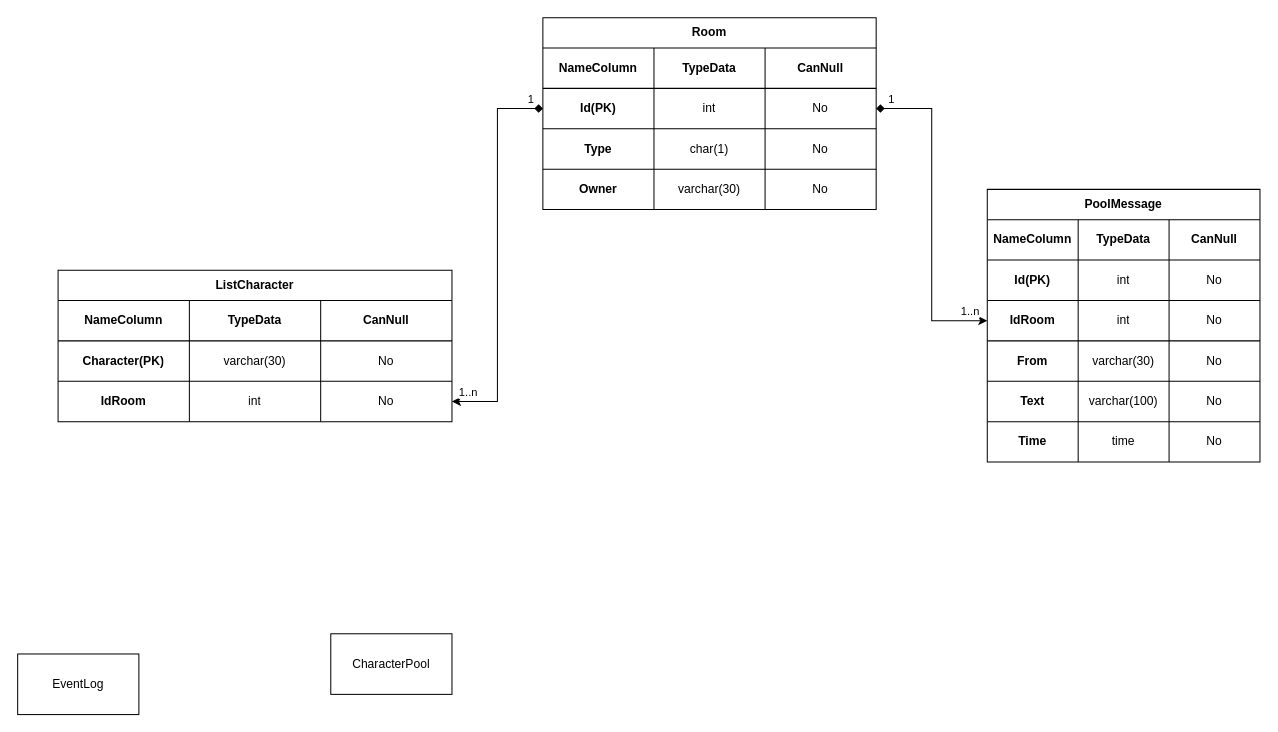
Falet/ChatApplication keeps this draw.io diagram as HelpData/DBChat.drawio. Above is the earlier version. Source tidied: cells renumbered, new cells numbered last; positions are measured from the earlier drawing's top-left corner, leaving out a move shared by most shapes. Both pictures are drawn from the tidied source at 101%, with x=0, y=0 at pixel (17, 17).
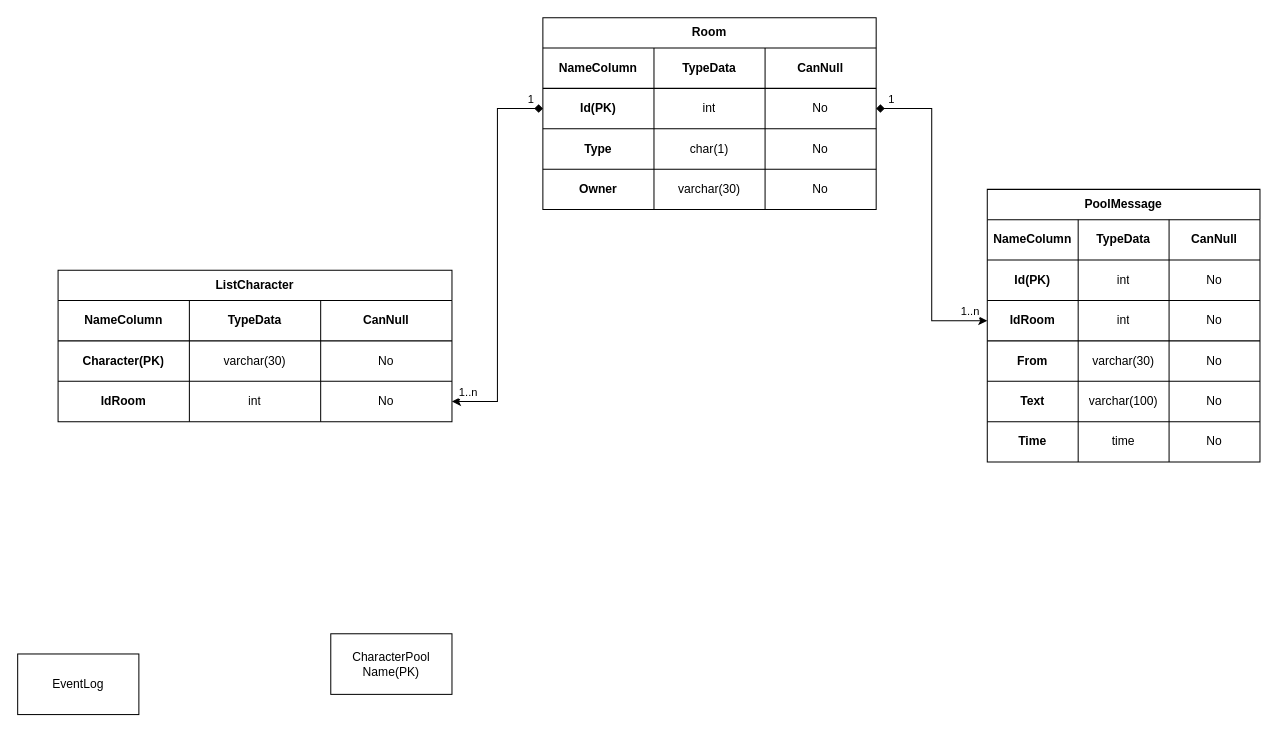
Above is the later version.

Change to the diagram source:
```diff
@@
-    <mxCell id="64" value="CharacterPool" style="rounded=0;whiteSpace=wrap;html=1;" parent="1" vertex="1">
+    <mxCell id="64" value="CharacterPool&lt;br&gt;Name(PK)" style="rounded=0;whiteSpace=wrap;html=1;" parent="1" vertex="1">
       <mxGeometry x="310" y="610" width="120" height="60" as="geometry" />
     </mxCell>
```
